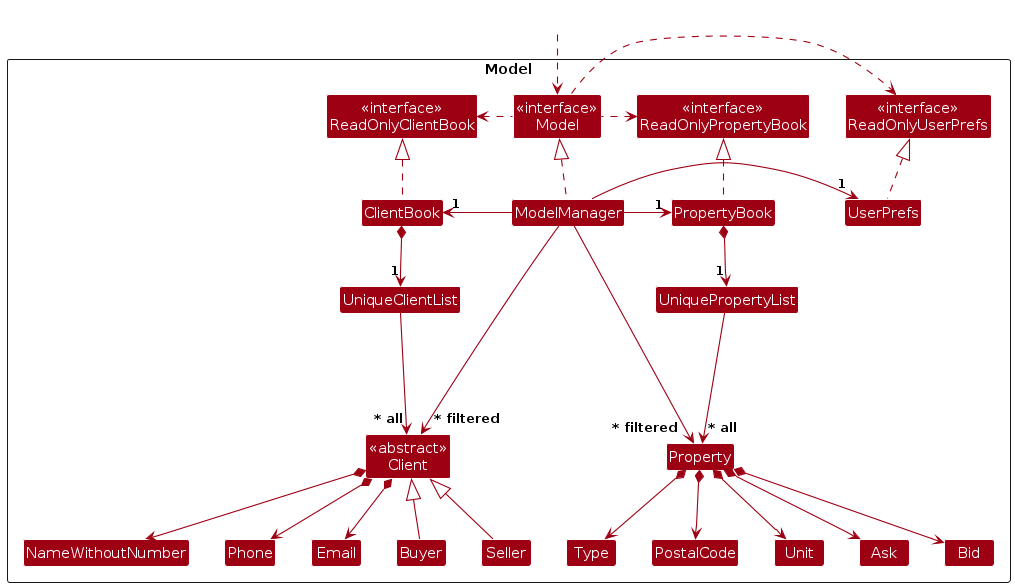
Earlier version of the PlantUML export diagrams/ModelClassDiagram.png (AY2425S1-CS2103T-T16-2/tp). Its source is kept beside it as diagrams/ModelClassDiagram.puml.
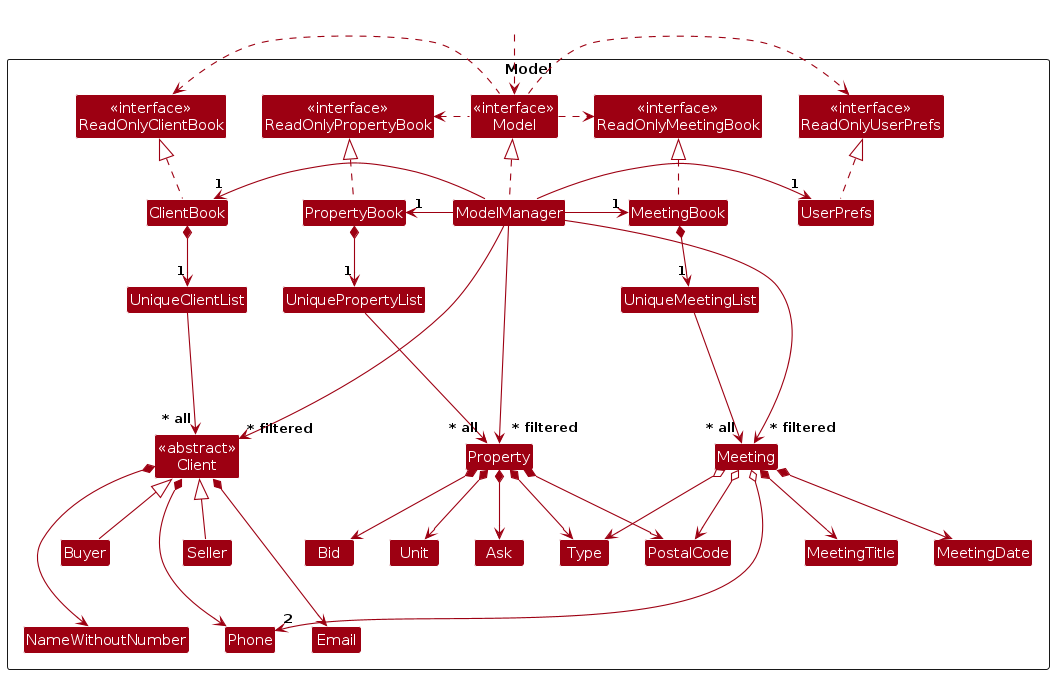
Later version of the same file.

The edit, as a diff of the source:
```diff
@@ -8,14 +8,17 @@
 Class "<<interface>>\nReadOnlyClientBook" as ReadOnlyClientBook
 Class "<<interface>>\nReadOnlyUserPrefs" as ReadOnlyUserPrefs
 Class "<<interface>>\nReadOnlyPropertyBook" as ReadOnlyPropertyBook
+Class "<<interface>>\nReadOnlyMeetingBook" as ReadOnlyMeetingBook
 Class "<<interface>>\nModel" as Model
 Class ClientBook
 Class PropertyBook
+Class MeetingBook
 Class ModelManager
 Class UserPrefs
 
 Class UniqueClientList
 Class UniquePropertyList
+Class UniqueMeetingList
 Class "<<abstract>>\nClient" as Client
 Class Buyer
 Class Seller
@@ -28,6 +31,9 @@
 Class Unit
 Class Ask
 Class Bid
+Class Meeting
+Class MeetingTitle
+Class MeetingDate
 
 Class I #FFFFFF
 }
@@ -37,40 +43,53 @@
 
 ClientBook .up.|> ReadOnlyClientBook
 PropertyBook .up.|> ReadOnlyPropertyBook
+MeetingBook .up.|> ReadOnlyMeetingBook
 
 ModelManager .up.|> Model
 Model .right.> ReadOnlyUserPrefs
 Model .left.> ReadOnlyClientBook
 Model .left.> ReadOnlyPropertyBook
+Model .right.> ReadOnlyMeetingBook
 ModelManager -left-> "1" ClientBook
 ModelManager -left-> "1" PropertyBook
+ModelManager -right-> "1" MeetingBook
 ModelManager -right-> "1" UserPrefs
 UserPrefs .up.|> ReadOnlyUserPrefs
 
 ClientBook *--> "1" UniqueClientList
 PropertyBook *--> "1" UniquePropertyList
+MeetingBook *--> "1" UniqueMeetingList
 UniqueClientList --> "~* all" Client
 UniquePropertyList --> "~* all" Property
+UniqueMeetingList --> "~* all" Meeting
 Client *--> NameWithoutNumber
-Client *--> Phone
+Client *---> Phone
 Client *--> Email
 Property *--> PostalCode
 Property *--> Unit
 Property *--> Type
 Property *--> Ask
 Property *--> Bid
+Meeting *--> MeetingTitle
+Meeting *--> MeetingDate
+Meeting o---> "2" Phone
+Meeting o--> Type
+Meeting o--> PostalCode
 
 Client <|-- Buyer
 Client <|-- Seller
 
 Client -[hidden]up--> I
 Property -[hidden]up--> I
+Meeting -[hidden]up--> I
 UniqueClientList -[hidden]right-> I
 UniquePropertyList -[hidden]right-> I
+UniqueMeetingList -[hidden]right-> I
 
 NameWithoutNumber -[hidden]right-> Phone
 Phone -[hidden]right-> Email
 
 ModelManager --> "~* filtered" Client
 ModelManager --> "~* filtered" Property
+ModelManager --> "~* filtered" Meeting
 @enduml
```
